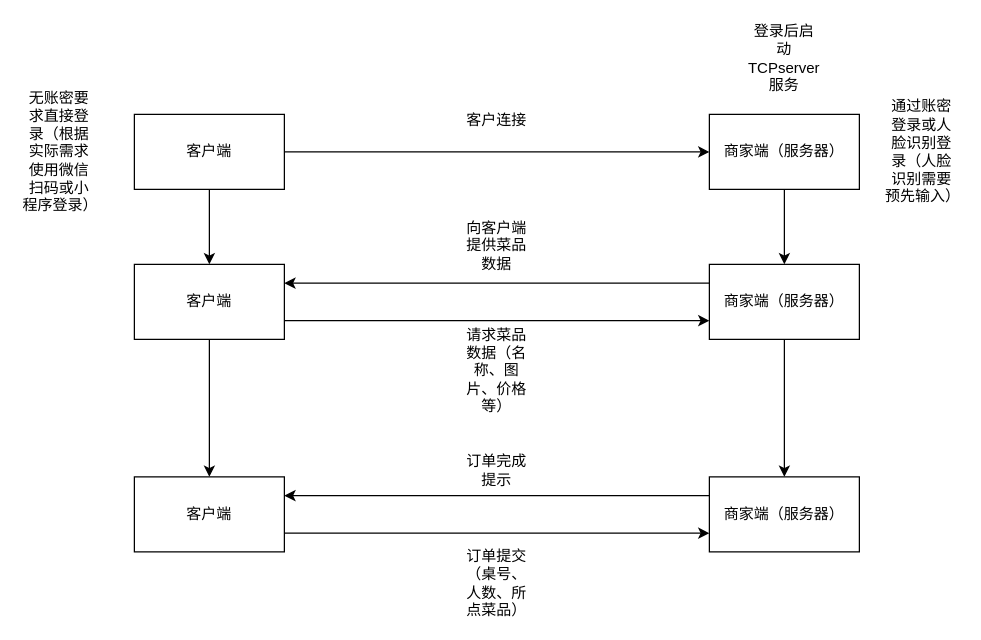
Corkedmzx/QTcanteen keeps this draw.io diagram as page "服务结构" (1 of 2) of docs/餐厅点餐系统-服务结构.drawio. Above is the earlier version. Source tidied: cells renumbered, new cells numbered last; positions are measured from the earlier drawing's top-left corner, leaving out a move shared by most shapes. Both pictures are drawn from the tidied source at 125%, with x=0, y=0 at pixel (21, 39).
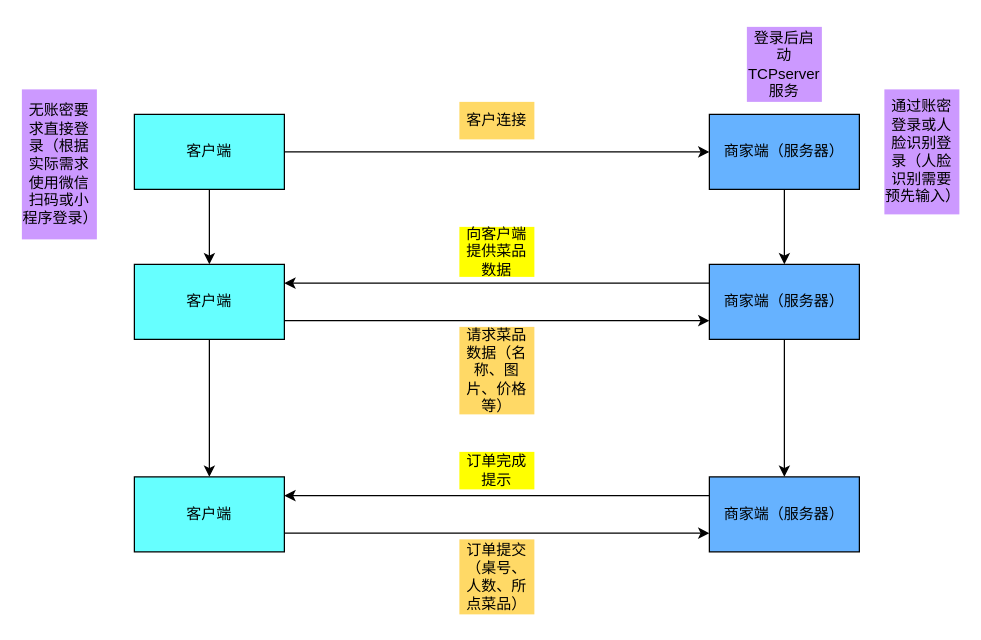
After the change.

Diff of the diagram source:
```diff
@@
-    <mxCell id="4" value="客户端" style="rounded=0;whiteSpace=wrap;html=1;" parent="1" vertex="1">
+    <mxCell id="4" value="客户端" style="rounded=0;whiteSpace=wrap;html=1;fillColor=#66FFFF;" parent="1" vertex="1">
       <mxGeometry x="90" y="60" width="120" height="60" as="geometry" />
     </mxCell>
@@
-    <mxCell id="6" value="商家端（服务器）" style="rounded=0;whiteSpace=wrap;html=1;" parent="1" vertex="1">
+    <mxCell id="6" value="商家端（服务器）" style="rounded=0;whiteSpace=wrap;html=1;fillColor=#66B2FF;" parent="1" vertex="1">
       <mxGeometry x="550" y="60" width="120" height="60" as="geometry" />
     </mxCell>
-    <mxCell id="7" value="无账密要求直接登录（根据实际需求使用微信扫码或小程序登录）" style="text;html=1;whiteSpace=wrap;strokeColor=none;fillColor=none;align=center;verticalAlign=middle;rounded=0;" parent="1" vertex="1">
-      <mxGeometry y="75" width="60" height="30" as="geometry" />
+    <mxCell id="7" value="无账密要求直接登录（根据实际需求使用微信扫码或小程序登录）" style="text;html=1;whiteSpace=wrap;strokeColor=none;fillColor=#CC99FF;align=center;verticalAlign=middle;rounded=0;" parent="1" vertex="1">
+      <mxGeometry y="40" width="60" height="120" as="geometry" />
     </mxCell>
-    <mxCell id="8" value="通过账密登录或人脸识别登录（人脸识别需要预先输入）" style="text;html=1;whiteSpace=wrap;strokeColor=none;fillColor=none;align=center;verticalAlign=middle;rounded=0;" parent="1" vertex="1">
-      <mxGeometry x="690" y="75" width="60" height="30" as="geometry" />
+    <mxCell id="8" value="通过账密登录或人脸识别登录（人脸识别需要预先输入）" style="text;html=1;whiteSpace=wrap;strokeColor=none;fillColor=#CC99FF;align=center;verticalAlign=middle;rounded=0;" parent="1" vertex="1">
+      <mxGeometry x="690" y="40" width="60" height="100" as="geometry" />
     </mxCell>
-    <mxCell id="9" value="客户连接" style="text;html=1;whiteSpace=wrap;strokeColor=none;fillColor=none;align=center;verticalAlign=middle;rounded=0;" parent="1" vertex="1">
+    <mxCell id="9" value="客户连接" style="text;html=1;whiteSpace=wrap;strokeColor=none;fillColor=#FFD966;align=center;verticalAlign=middle;rounded=0;" parent="1" vertex="1">
       <mxGeometry x="350" y="50" width="60" height="30" as="geometry" />
     </mxCell>
-    <mxCell id="10" value="登录后启动TCPserver服务" style="text;html=1;whiteSpace=wrap;strokeColor=none;fillColor=none;align=center;verticalAlign=middle;rounded=0;" parent="1" vertex="1">
-      <mxGeometry x="580" width="60" height="30" as="geometry" />
+    <mxCell id="10" value="登录后启动TCPserver服务" style="text;html=1;whiteSpace=wrap;strokeColor=none;fillColor=#CC99FF;align=center;verticalAlign=middle;rounded=0;" parent="1" vertex="1">
+      <mxGeometry x="580" y="-10" width="60" height="60" as="geometry" />
     </mxCell>
@@
-    <mxCell id="13" value="客户端" style="rounded=0;whiteSpace=wrap;html=1;" parent="1" vertex="1">
+    <mxCell id="13" value="客户端" style="rounded=0;whiteSpace=wrap;html=1;fillColor=#66FFFF;" parent="1" vertex="1">
       <mxGeometry x="90" y="180" width="120" height="60" as="geometry" />
     </mxCell>
@@
-    <mxCell id="16" value="商家端（服务器）" style="rounded=0;whiteSpace=wrap;html=1;" parent="1" vertex="1">
+    <mxCell id="16" value="商家端（服务器）" style="rounded=0;whiteSpace=wrap;html=1;fillColor=#66B2FF;" parent="1" vertex="1">
       <mxGeometry x="550" y="180" width="120" height="60" as="geometry" />
     </mxCell>
-    <mxCell id="17" value="向客户端提供菜品数据" style="text;html=1;whiteSpace=wrap;strokeColor=none;fillColor=none;align=center;verticalAlign=middle;rounded=0;" parent="1" vertex="1">
-      <mxGeometry x="350" y="150" width="60" height="30" as="geometry" />
+    <mxCell id="17" value="向客户端提供菜品数据" style="text;html=1;whiteSpace=wrap;strokeColor=none;fillColor=#FFFF00;align=center;verticalAlign=middle;rounded=0;" parent="1" vertex="1">
+      <mxGeometry x="350" y="150" width="60" height="40" as="geometry" />
     </mxCell>
-    <mxCell id="18" value="请求菜品数据（名称、图片、价格等）" style="text;html=1;whiteSpace=wrap;strokeColor=none;fillColor=none;align=center;verticalAlign=middle;rounded=0;" parent="1" vertex="1">
-      <mxGeometry x="350" y="250" width="60" height="30" as="geometry" />
+    <mxCell id="18" value="请求菜品数据（名称、图片、价格等）" style="text;html=1;whiteSpace=wrap;strokeColor=none;fillColor=#FFD966;align=center;verticalAlign=middle;rounded=0;" parent="1" vertex="1">
+      <mxGeometry x="350" y="230" width="60" height="70" as="geometry" />
     </mxCell>
@@
-    <mxCell id="20" value="客户端" style="rounded=0;whiteSpace=wrap;html=1;" parent="1" vertex="1">
+    <mxCell id="20" value="客户端" style="rounded=0;whiteSpace=wrap;html=1;fillColor=#66FFFF;" parent="1" vertex="1">
       <mxGeometry x="90" y="350" width="120" height="60" as="geometry" />
     </mxCell>
@@
-    <mxCell id="22" value="商家端（服务器）" style="rounded=0;whiteSpace=wrap;html=1;" parent="1" vertex="1">
+    <mxCell id="22" value="商家端（服务器）" style="rounded=0;whiteSpace=wrap;html=1;fillColor=#66B2FF;" parent="1" vertex="1">
       <mxGeometry x="550" y="350" width="120" height="60" as="geometry" />
     </mxCell>
-    <mxCell id="23" value="订单提交（桌号、人数、所点菜品）" style="text;html=1;whiteSpace=wrap;strokeColor=none;fillColor=none;align=center;verticalAlign=middle;rounded=0;" parent="1" vertex="1">
-      <mxGeometry x="350" y="420" width="60" height="30" as="geometry" />
+    <mxCell id="23" value="订单提交（桌号、人数、所点菜品）" style="text;html=1;whiteSpace=wrap;strokeColor=none;fillColor=#FFD966;align=center;verticalAlign=middle;rounded=0;" parent="1" vertex="1">
+      <mxGeometry x="350" y="400" width="60" height="60" as="geometry" />
     </mxCell>
-    <mxCell id="24" value="订单完成提示" style="text;html=1;whiteSpace=wrap;strokeColor=none;fillColor=none;align=center;verticalAlign=middle;rounded=0;" parent="1" vertex="1">
+    <mxCell id="24" value="订单完成提示" style="text;html=1;whiteSpace=wrap;strokeColor=none;fillColor=#FFFF00;align=center;verticalAlign=middle;rounded=0;" parent="1" vertex="1">
       <mxGeometry x="350" y="330" width="60" height="30" as="geometry" />
     </mxCell>
```
